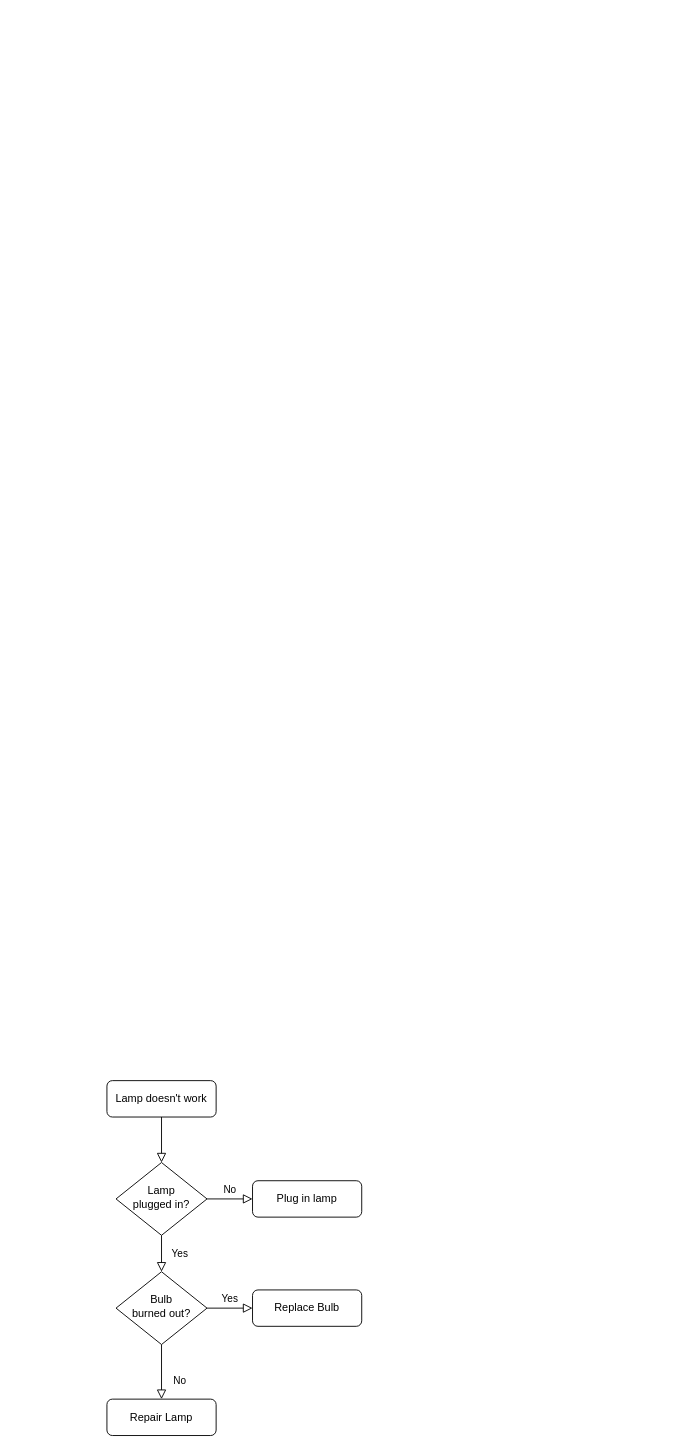
Before: Approval Fund Information.drawio in khphet/KP, a draw.io diagram. Source tidied: cells renumbered, new cells numbered last; positions are measured from the earlier drawing's top-left corner, leaving out a move shared by most shapes. Both pictures are drawn from the tidied source at 91%, with x=0, y=0 at pixel (106, 1080).
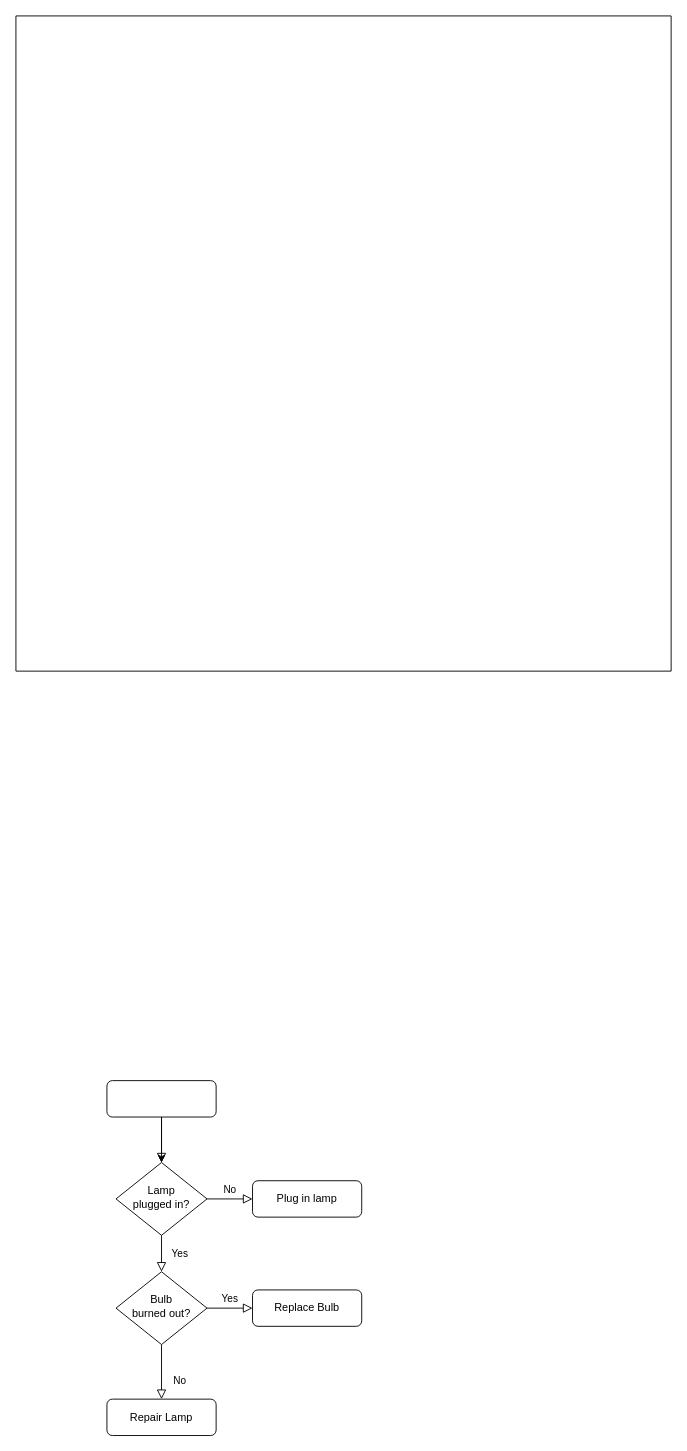
After the change.

Change to the diagram source:
```diff
@@
 <mxGraphModel>
   <root>
     <mxCell id="0" />
     <mxCell id="1" parent="0" />
     <mxCell id="2" style="rounded=0;html=1;jettySize=auto;fontSize=11;endArrow=block;endFill=0;endSize=8;strokeWidth=1;shadow=0;labelBackgroundColor=none;edgeStyle=orthogonalEdgeStyle;" parent="1" edge="1" source="3" target="6">
       <mxGeometry relative="1" as="geometry" />
     </mxCell>
+    <mxCell id="13" style="edgeStyle=orthogonalEdgeStyle;rounded=0;jettySize=auto;html=1;" parent="1" edge="1" source="3" target="6">
+      <mxGeometry relative="1" as="geometry" />
+    </mxCell>
-    <mxCell id="3" value="Lamp doesn't work" style="rounded=1;whiteSpace=wrap;html=1;fontSize=12;glass=0;strokeWidth=1;shadow=0;" parent="1" vertex="1">
+    <mxCell id="3" style="rounded=1;whiteSpace=wrap;html=1;fontSize=12;glass=0;strokeWidth=1;shadow=0;" parent="1" vertex="1">
       <mxGeometry width="120" height="40" as="geometry" />
     </mxCell>
     <mxCell id="4" value="Yes" style="rounded=0;html=1;jettySize=auto;fontSize=11;endArrow=block;endFill=0;endSize=8;strokeWidth=1;shadow=0;labelBackgroundColor=none;edgeStyle=orthogonalEdgeStyle;" parent="1" edge="1" source="6" target="10">
       <mxGeometry y="20" relative="1" as="geometry" />
     </mxCell>
     <mxCell id="5" value="No" style="edgeStyle=orthogonalEdgeStyle;rounded=0;html=1;jettySize=auto;fontSize=11;endArrow=block;endFill=0;endSize=8;strokeWidth=1;shadow=0;labelBackgroundColor=none;" parent="1" edge="1" source="6" target="7">
       <mxGeometry y="10" relative="1" as="geometry" />
     </mxCell>
     <mxCell id="6" value="Lamp&lt;br&gt;plugged in?" style="rhombus;whiteSpace=wrap;html=1;shadow=0;fontFamily=Helvetica;fontSize=12;align=center;strokeWidth=1;spacing=6;spacingTop=-4;" parent="1" vertex="1">
       <mxGeometry x="10" y="90" width="100" height="80" as="geometry" />
     </mxCell>
     <mxCell id="7" value="Plug in lamp" style="rounded=1;whiteSpace=wrap;html=1;fontSize=12;glass=0;strokeWidth=1;shadow=0;" parent="1" vertex="1">
       <mxGeometry x="160" y="110" width="120" height="40" as="geometry" />
     </mxCell>
     <mxCell id="8" value="No" style="rounded=0;html=1;jettySize=auto;fontSize=11;endArrow=block;endFill=0;endSize=8;strokeWidth=1;shadow=0;labelBackgroundColor=none;edgeStyle=orthogonalEdgeStyle;" parent="1" edge="1" source="10" target="11">
       <mxGeometry x="0.33" y="20" relative="1" as="geometry" />
     </mxCell>
     <mxCell id="9" value="Yes" style="edgeStyle=orthogonalEdgeStyle;rounded=0;html=1;jettySize=auto;fontSize=11;endArrow=block;endFill=0;endSize=8;strokeWidth=1;shadow=0;labelBackgroundColor=none;" parent="1" edge="1" source="10" target="12">
       <mxGeometry y="10" relative="1" as="geometry" />
     </mxCell>
     <mxCell id="10" value="Bulb&lt;br&gt;burned out?" style="rhombus;whiteSpace=wrap;html=1;shadow=0;fontFamily=Helvetica;fontSize=12;align=center;strokeWidth=1;spacing=6;spacingTop=-4;" parent="1" vertex="1">
       <mxGeometry x="10" y="210" width="100" height="80" as="geometry" />
     </mxCell>
     <mxCell id="11" value="Repair Lamp" style="rounded=1;whiteSpace=wrap;html=1;fontSize=12;glass=0;strokeWidth=1;shadow=0;" parent="1" vertex="1">
       <mxGeometry y="350" width="120" height="40" as="geometry" />
     </mxCell>
     <mxCell id="12" value="Replace Bulb" style="rounded=1;whiteSpace=wrap;html=1;fontSize=12;glass=0;strokeWidth=1;shadow=0;" parent="1" vertex="1">
       <mxGeometry x="160" y="230" width="120" height="40" as="geometry" />
     </mxCell>
+    <mxCell id="14" style="swimlane;startSize=0;" parent="1" vertex="1">
+      <mxGeometry x="-100" y="-1170" width="720" height="720" as="geometry" />
+    </mxCell>
   </root>
 </mxGraphModel>
```
